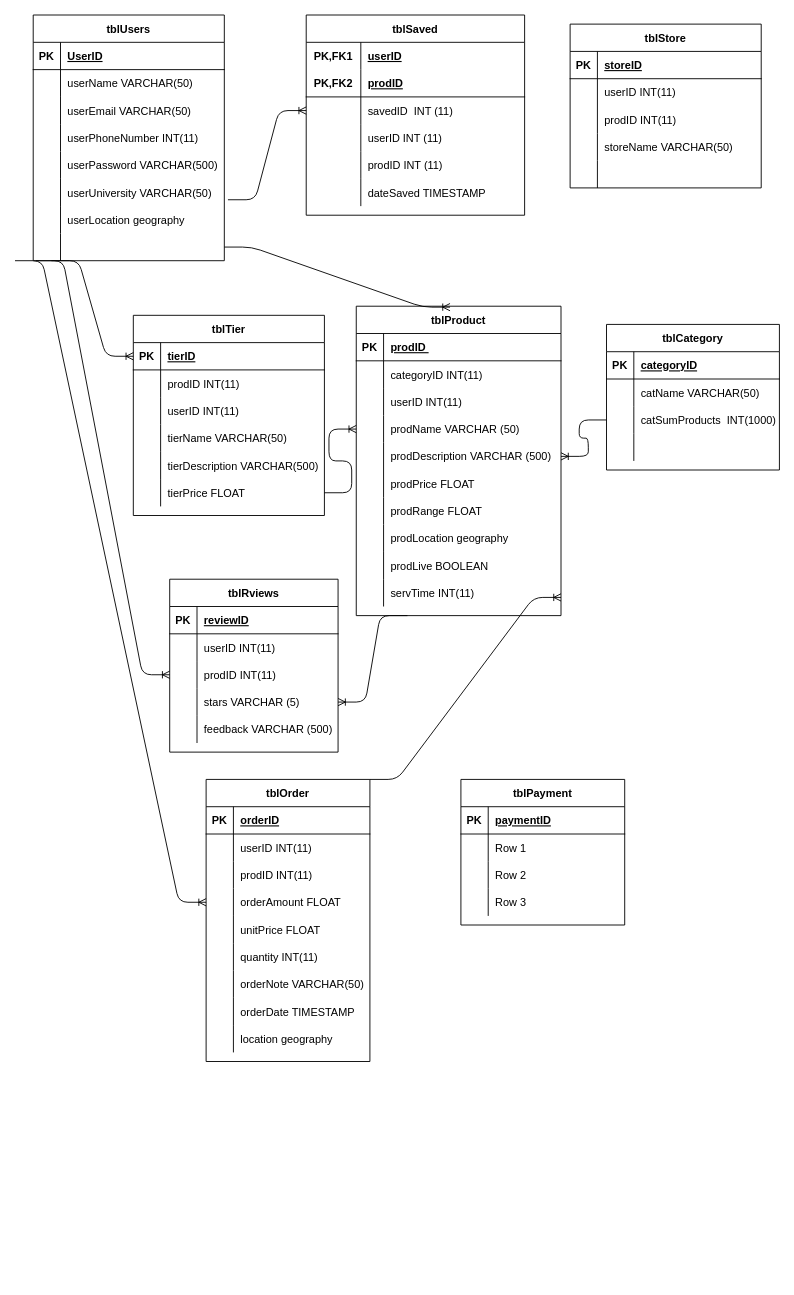
Earlier version of the draw.io diagram dbTables.drawio (raramai-coder/studentMarket). Source tidied: cells renumbered, new cells numbered last; positions are measured from the earlier drawing's top-left corner, leaving out a move shared by most shapes. Both pictures are drawn from the tidied source at 91%, with x=0, y=0 at pixel (15, 15).
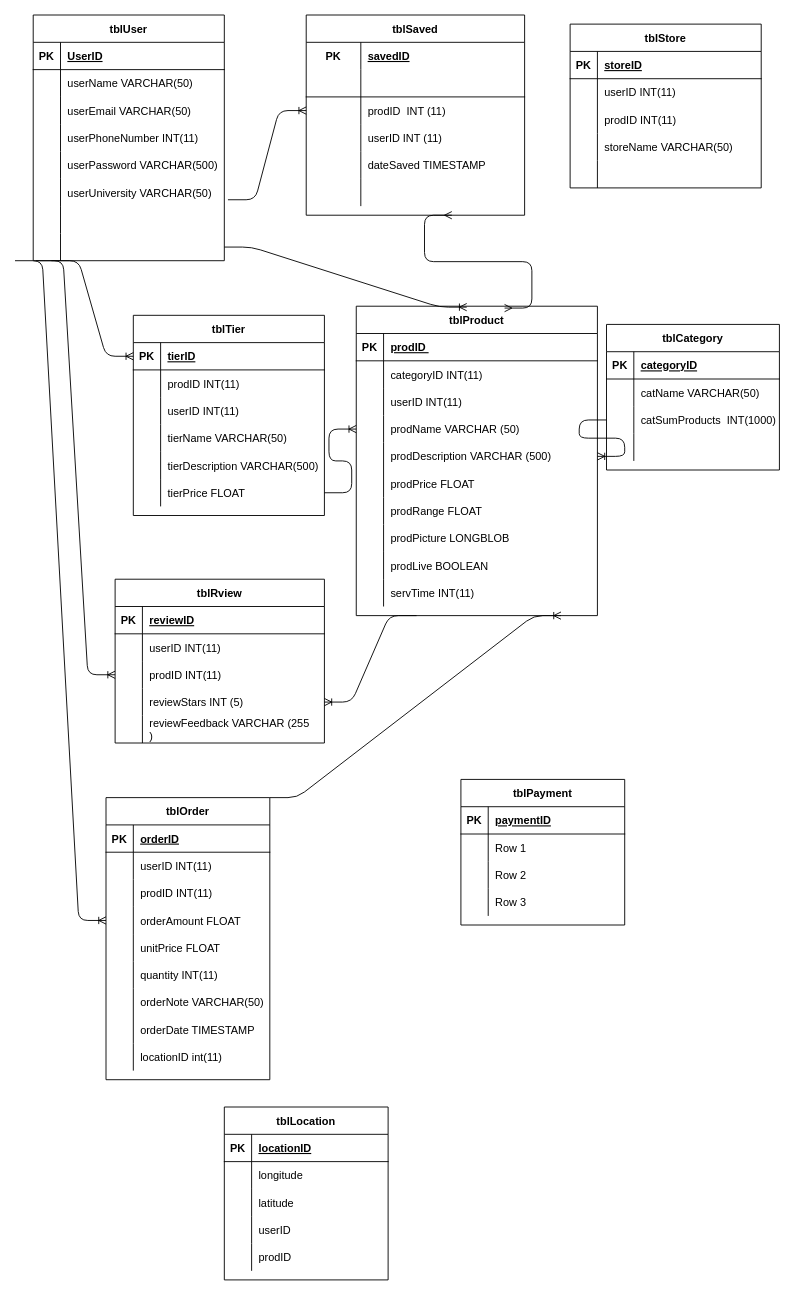
The same diagram, later.

The change refers to these unchanged cells:
```xml
<mxCell id="21" style="shape=partialRectangle;fillColor=none;top=0;left=0;bottom=0;right=0;" parent="2" vertex="1">
  <mxGeometry y="210" width="210" height="30" as="geometry" />
</mxCell>
<mxCell id="28" style="shape=partialRectangle;fillColor=none;top=0;left=0;bottom=0;right=0;" parent="27" vertex="1">
  <mxGeometry y="30" width="240" height="30" as="geometry" />
</mxCell>
<mxCell id="31" style="shape=partialRectangle;fillColor=none;top=0;left=0;bottom=1;right=0;" parent="27" vertex="1">
  <mxGeometry y="60" width="240" height="30" as="geometry" />
</mxCell>
<mxCell id="34" style="shape=partialRectangle;fillColor=none;top=0;left=0;bottom=0;right=0;points=[[0,0.5],[1,0.5]];portConstraint=eastwest;" parent="27" vertex="1">
  <mxGeometry y="90" width="240" height="30" as="geometry" />
</mxCell>
<mxCell id="40" style="shape=partialRectangle;fillColor=none;top=0;left=0;bottom=0;right=0;" parent="27" vertex="1">
  <mxGeometry y="150" width="240" height="30" as="geometry" />
</mxCell>
<mxCell id="43" style="shape=partialRectangle;fillColor=none;top=0;left=0;bottom=0;right=0;" parent="27" vertex="1">
  <mxGeometry y="180" width="240" height="30" as="geometry" />
</mxCell>
<mxCell id="170" style="shape=partialRectangle;fillColor=none;top=0;left=0;bottom=0;right=0;" parent="145" vertex="1">
  <mxGeometry y="270" width="180" height="30" as="geometry" />
</mxCell>
```

What changed in the source:
```diff
@@
-    <mxCell id="2" value="tblUsers" style="shape=table;startSize=30;childLayout=tableLayout;rowLines=0;fontStyle=1;align=center;" parent="1" vertex="1">
+    <mxCell id="2" value="tblUser" style="shape=table;startSize=30;childLayout=tableLayout;rowLines=0;fontStyle=1;align=center;" parent="1" vertex="1">
       <mxGeometry x="20" width="210" height="270" as="geometry" />
     </mxCell>
@@
-    <mxCell id="23" value="userLocation geography" style="shape=partialRectangle;fillColor=none;top=0;left=0;bottom=0;right=0;align=left;spacingLeft=6;overflow=hidden;" parent="21" vertex="1">
+    <mxCell id="23" style="shape=partialRectangle;fillColor=none;top=0;left=0;bottom=0;right=0;align=left;spacingLeft=6;overflow=hidden;" parent="21" vertex="1">
       <mxGeometry x="30" width="180" height="30" as="geometry" />
     </mxCell>
@@
-    <mxCell id="29" value="PK,FK1" style="shape=partialRectangle;fillColor=none;top=0;left=0;bottom=0;right=0;fontStyle=1;overflow=hidden;" parent="28" vertex="1">
+    <mxCell id="29" value="PK" style="shape=partialRectangle;fillColor=none;top=0;left=0;bottom=0;right=0;fontStyle=1;overflow=hidden;" parent="28" vertex="1">
       <mxGeometry width="60" height="30" as="geometry" />
     </mxCell>
-    <mxCell id="30" value="userID" style="shape=partialRectangle;fillColor=none;top=0;left=0;bottom=0;right=0;align=left;spacingLeft=6;fontStyle=5;overflow=hidden;" parent="28" vertex="1">
+    <mxCell id="30" value="savedID" style="shape=partialRectangle;fillColor=none;top=0;left=0;bottom=0;right=0;align=left;spacingLeft=6;fontStyle=5;overflow=hidden;" parent="28" vertex="1">
       <mxGeometry x="60" width="180" height="30" as="geometry" />
     </mxCell>
@@
-    <mxCell id="32" value="PK,FK2" style="shape=partialRectangle;fillColor=none;top=0;left=0;bottom=0;right=0;fontStyle=1;overflow=hidden;" parent="31" vertex="1">
+    <mxCell id="32" style="shape=partialRectangle;fillColor=none;top=0;left=0;bottom=0;right=0;fontStyle=1;overflow=hidden;" parent="31" vertex="1">
       <mxGeometry width="60" height="30" as="geometry" />
     </mxCell>
-    <mxCell id="33" value="prodID" style="shape=partialRectangle;fillColor=none;top=0;left=0;bottom=0;right=0;align=left;spacingLeft=6;fontStyle=5;overflow=hidden;" parent="31" vertex="1">
+    <mxCell id="33" style="shape=partialRectangle;fillColor=none;top=0;left=0;bottom=0;right=0;align=left;spacingLeft=6;fontStyle=5;overflow=hidden;" parent="31" vertex="1">
       <mxGeometry x="60" width="180" height="30" as="geometry" />
     </mxCell>
@@
-    <mxCell id="36" value="savedID  INT (11)" style="shape=partialRectangle;fillColor=none;top=0;left=0;bottom=0;right=0;align=left;spacingLeft=6;overflow=hidden;" parent="34" vertex="1">
+    <mxCell id="36" value="prodID  INT (11)" style="shape=partialRectangle;fillColor=none;top=0;left=0;bottom=0;right=0;align=left;spacingLeft=6;overflow=hidden;" parent="34" vertex="1">
       <mxGeometry x="60" width="180" height="30" as="geometry" />
     </mxCell>
@@
-    <mxCell id="42" value="prodID INT (11)" style="shape=partialRectangle;fillColor=none;top=0;left=0;bottom=0;right=0;align=left;spacingLeft=6;overflow=hidden;" parent="40" vertex="1">
+    <mxCell id="42" value="dateSaved TIMESTAMP" style="shape=partialRectangle;fillColor=none;top=0;left=0;bottom=0;right=0;align=left;spacingLeft=6;overflow=hidden;" parent="40" vertex="1">
       <mxGeometry x="60" width="180" height="30" as="geometry" />
     </mxCell>
@@
-    <mxCell id="45" value="dateSaved TIMESTAMP " style="shape=partialRectangle;fillColor=none;top=0;left=0;bottom=0;right=0;align=left;spacingLeft=6;overflow=hidden;" parent="43" vertex="1">
+    <mxCell id="45" style="shape=partialRectangle;fillColor=none;top=0;left=0;bottom=0;right=0;align=left;spacingLeft=6;overflow=hidden;" parent="43" vertex="1">
       <mxGeometry x="60" width="180" height="30" as="geometry" />
     </mxCell>
@@
     <mxCell id="60" value="tblProduct" style="shape=table;startSize=30;childLayout=tableLayout;rowLines=0;fontStyle=1;align=center;" parent="1" vertex="1">
-      <mxGeometry x="375" y="320" width="225" height="340" as="geometry" />
+      <mxGeometry x="375" y="320" width="265" height="340" as="geometry" />
     </mxCell>
     <mxCell id="61" style="shape=partialRectangle;fillColor=none;top=0;left=0;bottom=1;right=0;" parent="60" vertex="1">
-      <mxGeometry y="30" width="225" height="30" as="geometry" />
+      <mxGeometry y="30" width="265" height="30" as="geometry" />
     </mxCell>
@@
     <mxCell id="63" value="prodID " style="shape=partialRectangle;fillColor=none;top=0;left=0;bottom=0;right=0;align=left;spacingLeft=6;fontStyle=5;overflow=hidden;" parent="61" vertex="1">
-      <mxGeometry x="30" width="195" height="30" as="geometry" />
+      <mxGeometry x="30" width="235" height="30" as="geometry" />
     </mxCell>
     <mxCell id="64" style="shape=partialRectangle;fillColor=none;top=0;left=0;bottom=0;right=0;" parent="60" vertex="1">
-      <mxGeometry y="60" width="225" height="30" as="geometry" />
+      <mxGeometry y="60" width="265" height="30" as="geometry" />
     </mxCell>
@@
     <mxCell id="66" value="categoryID INT(11)" style="shape=partialRectangle;fillColor=none;top=0;left=0;bottom=0;right=0;align=left;spacingLeft=6;overflow=hidden;" parent="64" vertex="1">
-      <mxGeometry x="30" width="195" height="30" as="geometry" />
+      <mxGeometry x="30" width="235" height="30" as="geometry" />
     </mxCell>
     <mxCell id="67" style="shape=partialRectangle;fillColor=none;top=0;left=0;bottom=0;right=0;" parent="60" vertex="1">
-      <mxGeometry y="90" width="225" height="30" as="geometry" />
+      <mxGeometry y="90" width="265" height="30" as="geometry" />
     </mxCell>
@@
     <mxCell id="69" value="userID INT(11)" style="shape=partialRectangle;fillColor=none;top=0;left=0;bottom=0;right=0;align=left;spacingLeft=6;overflow=hidden;" parent="67" vertex="1">
-      <mxGeometry x="30" width="195" height="30" as="geometry" />
+      <mxGeometry x="30" width="235" height="30" as="geometry" />
     </mxCell>
     <mxCell id="70" style="shape=partialRectangle;fillColor=none;top=0;left=0;bottom=0;right=0;points=[[0,0.5],[1,0.5]];portConstraint=eastwest;" parent="60" vertex="1">
-      <mxGeometry y="120" width="225" height="30" as="geometry" />
+      <mxGeometry y="120" width="265" height="30" as="geometry" />
     </mxCell>
@@
     <mxCell id="72" value="prodName VARCHAR (50)" style="shape=partialRectangle;fillColor=none;top=0;left=0;bottom=0;right=0;align=left;spacingLeft=6;overflow=hidden;" parent="70" vertex="1">
-      <mxGeometry x="30" width="195" height="30" as="geometry" />
+      <mxGeometry x="30" width="235" height="30" as="geometry" />
     </mxCell>
     <mxCell id="73" style="shape=partialRectangle;fillColor=none;top=0;left=0;bottom=0;right=0;points=[[0,0.5],[1,0.5]];portConstraint=eastwest;" parent="60" vertex="1">
-      <mxGeometry y="150" width="225" height="30" as="geometry" />
+      <mxGeometry y="150" width="265" height="30" as="geometry" />
     </mxCell>
@@
     <mxCell id="75" value="prodDescription VARCHAR (500)" style="shape=partialRectangle;fillColor=none;top=0;left=0;bottom=0;right=0;align=left;spacingLeft=6;overflow=hidden;" parent="73" vertex="1">
-      <mxGeometry x="30" width="195" height="30" as="geometry" />
+      <mxGeometry x="30" width="235" height="30" as="geometry" />
     </mxCell>
     <mxCell id="76" style="shape=partialRectangle;fillColor=none;top=0;left=0;bottom=0;right=0;" parent="60" vertex="1">
-      <mxGeometry y="180" width="225" height="30" as="geometry" />
+      <mxGeometry y="180" width="265" height="30" as="geometry" />
     </mxCell>
@@
     <mxCell id="78" value="prodPrice FLOAT" style="shape=partialRectangle;fillColor=none;top=0;left=0;bottom=0;right=0;align=left;spacingLeft=6;overflow=hidden;" parent="76" vertex="1">
-      <mxGeometry x="30" width="195" height="30" as="geometry" />
+      <mxGeometry x="30" width="235" height="30" as="geometry" />
     </mxCell>
     <mxCell id="79" style="shape=partialRectangle;fillColor=none;top=0;left=0;bottom=0;right=0;" parent="60" vertex="1">
-      <mxGeometry y="210" width="225" height="30" as="geometry" />
+      <mxGeometry y="210" width="265" height="30" as="geometry" />
     </mxCell>
@@
     <mxCell id="81" value="prodRange FLOAT" style="shape=partialRectangle;fillColor=none;top=0;left=0;bottom=0;right=0;align=left;spacingLeft=6;overflow=hidden;" parent="79" vertex="1">
-      <mxGeometry x="30" width="195" height="30" as="geometry" />
+      <mxGeometry x="30" width="235" height="30" as="geometry" />
     </mxCell>
     <mxCell id="82" style="shape=partialRectangle;fillColor=none;top=0;left=0;bottom=0;right=0;" parent="60" vertex="1">
-      <mxGeometry y="240" width="225" height="30" as="geometry" />
+      <mxGeometry y="240" width="265" height="30" as="geometry" />
     </mxCell>
@@
-    <mxCell id="84" value="prodLocation geography" style="shape=partialRectangle;fillColor=none;top=0;left=0;bottom=0;right=0;align=left;spacingLeft=6;overflow=hidden;" parent="82" vertex="1">
-      <mxGeometry x="30" width="195" height="30" as="geometry" />
+    <mxCell id="84" value="prodPicture LONGBLOB" style="shape=partialRectangle;fillColor=none;top=0;left=0;bottom=0;right=0;align=left;spacingLeft=6;overflow=hidden;" parent="82" vertex="1">
+      <mxGeometry x="30" width="235" height="30" as="geometry" />
     </mxCell>
     <mxCell id="85" style="shape=partialRectangle;fillColor=none;top=0;left=0;bottom=0;right=0;" parent="60" vertex="1">
-      <mxGeometry y="270" width="225" height="30" as="geometry" />
+      <mxGeometry y="270" width="265" height="30" as="geometry" />
     </mxCell>
@@
     <mxCell id="87" value="prodLive BOOLEAN" style="shape=partialRectangle;fillColor=none;top=0;left=0;bottom=0;right=0;align=left;spacingLeft=6;overflow=hidden;" parent="85" vertex="1">
-      <mxGeometry x="30" width="195" height="30" as="geometry" />
+      <mxGeometry x="30" width="235" height="30" as="geometry" />
     </mxCell>
     <mxCell id="88" style="shape=partialRectangle;fillColor=none;top=0;left=0;bottom=0;right=0;" parent="60" vertex="1">
-      <mxGeometry y="300" width="225" height="30" as="geometry" />
+      <mxGeometry y="300" width="265" height="30" as="geometry" />
     </mxCell>
@@
     <mxCell id="90" value="servTime INT(11)" style="shape=partialRectangle;fillColor=none;top=0;left=0;bottom=0;right=0;align=left;spacingLeft=6;overflow=hidden;" parent="88" vertex="1">
-      <mxGeometry x="30" width="195" height="30" as="geometry" />
+      <mxGeometry x="30" width="235" height="30" as="geometry" />
     </mxCell>
@@
-    <mxCell id="127" value="tblRviews" style="shape=table;startSize=30;childLayout=tableLayout;rowLines=0;fontStyle=1;align=center;" parent="1" vertex="1">
-      <mxGeometry x="170" y="620" width="185" height="190" as="geometry" />
+    <mxCell id="127" value="tblRview" style="shape=table;startSize=30;childLayout=tableLayout;rowLines=0;fontStyle=1;align=center;" parent="1" vertex="1">
+      <mxGeometry x="110" y="620" width="230" height="180" as="geometry" />
     </mxCell>
     <mxCell id="128" style="shape=partialRectangle;fillColor=none;top=0;left=0;bottom=1;right=0;" parent="127" vertex="1">
-      <mxGeometry y="30" width="185" height="30" as="geometry" />
+      <mxGeometry y="30" width="230" height="30" as="geometry" />
     </mxCell>
@@
     <mxCell id="130" value="reviewID" style="shape=partialRectangle;fillColor=none;top=0;left=0;bottom=0;right=0;align=left;spacingLeft=6;fontStyle=5;overflow=hidden;" parent="128" vertex="1">
-      <mxGeometry x="30" width="155" height="30" as="geometry" />
+      <mxGeometry x="30" width="200" height="30" as="geometry" />
     </mxCell>
     <mxCell id="131" style="shape=partialRectangle;fillColor=none;top=0;left=0;bottom=0;right=0;" parent="127" vertex="1">
-      <mxGeometry y="60" width="185" height="30" as="geometry" />
+      <mxGeometry y="60" width="230" height="30" as="geometry" />
     </mxCell>
@@
     <mxCell id="133" value="userID INT(11)" style="shape=partialRectangle;fillColor=none;top=0;left=0;bottom=0;right=0;align=left;spacingLeft=6;overflow=hidden;" parent="131" vertex="1">
-      <mxGeometry x="30" width="155" height="30" as="geometry" />
+      <mxGeometry x="30" width="200" height="30" as="geometry" />
     </mxCell>
     <mxCell id="134" style="shape=partialRectangle;fillColor=none;top=0;left=0;bottom=0;right=0;points=[[0,0.5],[1,0.5]];portConstraint=eastwest;" parent="127" vertex="1">
-      <mxGeometry y="90" width="185" height="30" as="geometry" />
+      <mxGeometry y="90" width="230" height="30" as="geometry" />
     </mxCell>
@@
     <mxCell id="136" value="prodID INT(11)" style="shape=partialRectangle;fillColor=none;top=0;left=0;bottom=0;right=0;align=left;spacingLeft=6;overflow=hidden;" parent="134" vertex="1">
-      <mxGeometry x="30" width="155" height="30" as="geometry" />
+      <mxGeometry x="30" width="200" height="30" as="geometry" />
     </mxCell>
     <mxCell id="137" style="shape=partialRectangle;fillColor=none;top=0;left=0;bottom=0;right=0;points=[[0,0.5],[1,0.5]];portConstraint=eastwest;" parent="127" vertex="1">
-      <mxGeometry y="120" width="185" height="30" as="geometry" />
+      <mxGeometry y="120" width="230" height="30" as="geometry" />
     </mxCell>
@@
-    <mxCell id="139" value="stars VARCHAR (5)" style="shape=partialRectangle;fillColor=none;top=0;left=0;bottom=0;right=0;align=left;spacingLeft=6;overflow=hidden;" parent="137" vertex="1">
-      <mxGeometry x="30" width="155" height="30" as="geometry" />
+    <mxCell id="139" value="reviewStars INT (5)" style="shape=partialRectangle;fillColor=none;top=0;left=0;bottom=0;right=0;align=left;spacingLeft=6;overflow=hidden;" parent="137" vertex="1">
+      <mxGeometry x="30" width="200" height="30" as="geometry" />
     </mxCell>
     <mxCell id="140" style="shape=partialRectangle;fillColor=none;top=0;left=0;bottom=0;right=0;" parent="127" vertex="1">
-      <mxGeometry y="150" width="185" height="30" as="geometry" />
+      <mxGeometry y="150" width="230" height="30" as="geometry" />
     </mxCell>
@@
-    <mxCell id="142" value="feedback VARCHAR (500)" style="shape=partialRectangle;fillColor=none;top=0;left=0;bottom=0;right=0;align=left;spacingLeft=6;overflow=hidden;" parent="140" vertex="1">
-      <mxGeometry x="30" width="155" height="30" as="geometry" />
+    <mxCell id="142" value="reviewFeedback VARCHAR (255&#10;)" style="shape=partialRectangle;fillColor=none;top=0;left=0;bottom=0;right=0;align=left;spacingLeft=6;overflow=hidden;" parent="140" vertex="1">
+      <mxGeometry x="30" width="200" height="30" as="geometry" />
     </mxCell>
@@
     <mxCell id="145" value="tblOrder" style="shape=table;startSize=30;childLayout=tableLayout;rowLines=0;fontStyle=1;align=center;" parent="1" vertex="1">
-      <mxGeometry x="210" y="840" width="180" height="310" as="geometry" />
+      <mxGeometry x="100" y="860" width="180" height="310" as="geometry" />
     </mxCell>
@@
-    <mxCell id="172" value="location geography" style="shape=partialRectangle;fillColor=none;top=0;left=0;bottom=0;right=0;align=left;spacingLeft=6;overflow=hidden;" parent="170" vertex="1">
+    <mxCell id="172" value="locationID int(11)" style="shape=partialRectangle;fillColor=none;top=0;left=0;bottom=0;right=0;align=left;spacingLeft=6;overflow=hidden;" parent="170" vertex="1">
       <mxGeometry x="30" width="150" height="30" as="geometry" />
     </mxCell>
     <mxCell id="173" style="edgeStyle=entityRelationEdgeStyle;fontSize=12;html=1;endArrow=ERoneToMany;exitX=1;exitY=0;exitDx=0;exitDy=0;" parent="1" edge="1" source="145">
       <mxGeometry relative="1" as="geometry">
-        <mxPoint x="600" y="640" as="targetPoint" />
+        <mxPoint x="600" y="660" as="targetPoint" />
       </mxGeometry>
     </mxCell>
@@
+    <mxCell id="191" value="tblLocation" style="shape=table;startSize=30;childLayout=tableLayout;rowLines=0;fontStyle=1;align=center;" parent="1" vertex="1">
+      <mxGeometry x="230" y="1200" width="180" height="190" as="geometry" />
+    </mxCell>
+    <mxCell id="192" style="shape=partialRectangle;fillColor=none;top=0;left=0;bottom=1;right=0;" parent="191" vertex="1">
+      <mxGeometry y="30" width="180" height="30" as="geometry" />
+    </mxCell>
+    <mxCell id="193" value="PK" style="shape=partialRectangle;fillColor=none;top=0;left=0;bottom=0;right=0;fontStyle=1;overflow=hidden;" parent="192" vertex="1">
+      <mxGeometry width="30" height="30" as="geometry" />
+    </mxCell>
+    <mxCell id="194" value="locationID" style="shape=partialRectangle;fillColor=none;top=0;left=0;bottom=0;right=0;align=left;spacingLeft=6;fontStyle=5;overflow=hidden;" parent="192" vertex="1">
+      <mxGeometry x="30" width="150" height="30" as="geometry" />
+    </mxCell>
+    <mxCell id="195" style="shape=partialRectangle;fillColor=none;top=0;left=0;bottom=0;right=0;" parent="191" vertex="1">
+      <mxGeometry y="60" width="180" height="30" as="geometry" />
+    </mxCell>
+    <mxCell id="196" style="shape=partialRectangle;fillColor=none;top=0;left=0;bottom=0;right=0;overflow=hidden;" parent="195" vertex="1">
+      <mxGeometry width="30" height="30" as="geometry" />
+    </mxCell>
+    <mxCell id="197" value="longitude" style="shape=partialRectangle;fillColor=none;top=0;left=0;bottom=0;right=0;align=left;spacingLeft=6;overflow=hidden;" parent="195" vertex="1">
+      <mxGeometry x="30" width="150" height="30" as="geometry" />
+    </mxCell>
+    <mxCell id="198" style="shape=partialRectangle;fillColor=none;top=0;left=0;bottom=0;right=0;" parent="191" vertex="1">
+      <mxGeometry y="90" width="180" height="30" as="geometry" />
+    </mxCell>
+    <mxCell id="199" style="shape=partialRectangle;fillColor=none;top=0;left=0;bottom=0;right=0;overflow=hidden;" parent="198" vertex="1">
+      <mxGeometry width="30" height="30" as="geometry" />
+    </mxCell>
+    <mxCell id="200" value="latitude" style="shape=partialRectangle;fillColor=none;top=0;left=0;bottom=0;right=0;align=left;spacingLeft=6;overflow=hidden;" parent="198" vertex="1">
+      <mxGeometry x="30" width="150" height="30" as="geometry" />
+    </mxCell>
+    <mxCell id="201" style="shape=partialRectangle;fillColor=none;top=0;left=0;bottom=0;right=0;" parent="191" vertex="1">
+      <mxGeometry y="120" width="180" height="30" as="geometry" />
+    </mxCell>
+    <mxCell id="202" style="shape=partialRectangle;fillColor=none;top=0;left=0;bottom=0;right=0;overflow=hidden;" parent="201" vertex="1">
+      <mxGeometry width="30" height="30" as="geometry" />
+    </mxCell>
+    <mxCell id="203" value="userID" style="shape=partialRectangle;fillColor=none;top=0;left=0;bottom=0;right=0;align=left;spacingLeft=6;overflow=hidden;" parent="201" vertex="1">
+      <mxGeometry x="30" width="150" height="30" as="geometry" />
+    </mxCell>
+    <mxCell id="204" style="shape=partialRectangle;fillColor=none;top=0;left=0;bottom=0;right=0;" parent="191" vertex="1">
+      <mxGeometry y="150" width="180" height="30" as="geometry" />
+    </mxCell>
+    <mxCell id="205" style="shape=partialRectangle;fillColor=none;top=0;left=0;bottom=0;right=0;overflow=hidden;" parent="204" vertex="1">
+      <mxGeometry width="30" height="30" as="geometry" />
+    </mxCell>
+    <mxCell id="206" value="prodID" style="shape=partialRectangle;fillColor=none;top=0;left=0;bottom=0;right=0;align=left;spacingLeft=6;overflow=hidden;" parent="204" vertex="1">
+      <mxGeometry x="30" width="150" height="30" as="geometry" />
+    </mxCell>
+    <mxCell id="207" style="edgeStyle=entityRelationEdgeStyle;fontSize=12;html=1;endArrow=ERmany;startArrow=ERmany;exitX=0.615;exitY=0.006;exitDx=0;exitDy=0;exitPerimeter=0;" parent="1" edge="1" source="60">
+      <mxGeometry relative="1" as="geometry">
+        <mxPoint x="480" y="220" as="targetPoint" />
+      </mxGeometry>
+    </mxCell>
```
